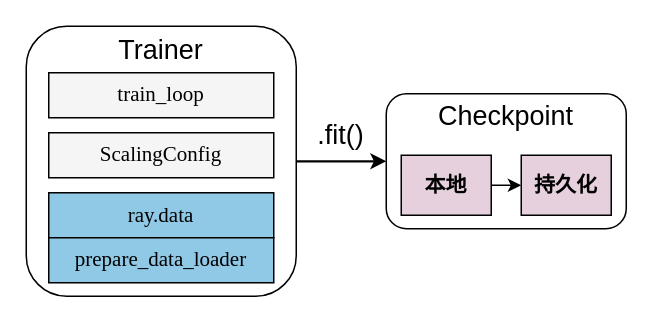
The draw.io diagram drawio/ch-ray-train-tune/ray-train-key-parts.drawio in godaai/scale-py-zh, before the edit. Source tidied: cells renumbered, new cells numbered last; positions are measured from the earlier drawing's top-left corner, leaving out a move shared by most shapes. Both pictures are drawn from the tidied source at 150%, with x=0, y=0 at pixel (26, 26).
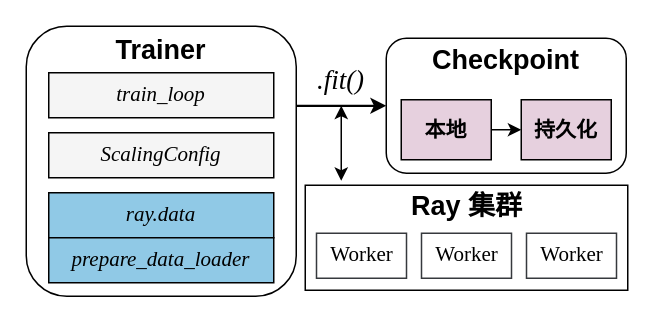
Above is the later version.

Commit message (it also covers changes not shown here):
ray train tune

The change refers to these unchanged cells:
```xml
<mxCell id="2" style="rounded=1;whiteSpace=wrap;html=1;fillColor=none;" parent="1" vertex="1">
  <mxGeometry width="180" height="180" as="geometry" />
</mxCell>
```

What changed in the source:
```diff
@@
-    <mxCell id="3" value="&lt;font style=&quot;font-size: 18px;&quot;&gt;Trainer&lt;/font&gt;" style="text;html=1;strokeColor=none;fillColor=none;align=center;verticalAlign=middle;whiteSpace=wrap;rounded=0;" parent="1" vertex="1">
+    <mxCell id="3" value="&lt;font style=&quot;font-size: 18px;&quot;&gt;&lt;b&gt;Trainer&lt;/b&gt;&lt;/font&gt;" style="text;html=1;strokeColor=none;fillColor=none;align=center;verticalAlign=middle;whiteSpace=wrap;rounded=0;" parent="1" vertex="1">
       <mxGeometry x="60" y="1" width="60" height="30" as="geometry" />
     </mxCell>
-    <mxCell id="4" value="&lt;font style=&quot;font-size: 14px;&quot; face=&quot;Garamond&quot;&gt;train_loop&lt;/font&gt;" style="rounded=0;whiteSpace=wrap;html=1;fillColor=#F5F5F5;" parent="1" vertex="1">
+    <mxCell id="4" value="&lt;font style=&quot;font-size: 14px;&quot;&gt;train_loop&lt;/font&gt;" style="rounded=0;whiteSpace=wrap;html=1;fillColor=#F5F5F5;fontFamily=Garamond;fontStyle=2;" parent="1" vertex="1">
       <mxGeometry x="15" y="31" width="150" height="30" as="geometry" />
     </mxCell>
-    <mxCell id="5" value="&lt;font face=&quot;Garamond&quot; style=&quot;font-size: 14px;&quot;&gt;ScalingConfig&lt;/font&gt;" style="rounded=0;whiteSpace=wrap;html=1;fillColor=#F5F5F5;" parent="1" vertex="1">
+    <mxCell id="5" value="&lt;font style=&quot;font-size: 14px;&quot;&gt;ScalingConfig&lt;/font&gt;" style="rounded=0;whiteSpace=wrap;html=1;fillColor=#F5F5F5;fontFamily=Garamond;fontStyle=2;" parent="1" vertex="1">
       <mxGeometry x="15" y="71" width="150" height="30" as="geometry" />
     </mxCell>
-    <mxCell id="6" value="&lt;span style=&quot;font-size: 14px;&quot;&gt;&lt;font face=&quot;Garamond&quot;&gt;ray.data&lt;/font&gt;&lt;/span&gt;" style="rounded=0;whiteSpace=wrap;html=1;fillColor=#90C9E6;" parent="1" vertex="1">
+    <mxCell id="6" value="&lt;span style=&quot;font-size: 14px;&quot;&gt;&lt;font&gt;ray.data&lt;/font&gt;&lt;/span&gt;" style="rounded=0;whiteSpace=wrap;html=1;fillColor=#90C9E6;fontFamily=Garamond;fontStyle=2;" parent="1" vertex="1">
       <mxGeometry x="15" y="111" width="150" height="30" as="geometry" />
     </mxCell>
-    <mxCell id="7" value="&lt;font style=&quot;font-size: 14px;&quot; face=&quot;Garamond&quot;&gt;prepare_data_loader&lt;/font&gt;" style="rounded=0;whiteSpace=wrap;html=1;fillColor=#90C9E6;" parent="1" vertex="1">
+    <mxCell id="7" value="&lt;font style=&quot;font-size: 14px;&quot;&gt;prepare_data_loader&lt;/font&gt;" style="rounded=0;whiteSpace=wrap;html=1;fillColor=#90C9E6;fontFamily=Garamond;fontStyle=2;" parent="1" vertex="1">
       <mxGeometry x="15" y="141" width="150" height="30" as="geometry" />
     </mxCell>
     <mxCell id="8" style="rounded=1;whiteSpace=wrap;html=1;fillColor=none;" parent="1" vertex="1">
-      <mxGeometry x="240" y="45" width="160" height="90" as="geometry" />
+      <mxGeometry x="240" y="8" width="160" height="90" as="geometry" />
     </mxCell>
-    <mxCell id="9" style="endArrow=classic;html=1;rounded=0;exitX=1;exitY=0.5;exitDx=0;exitDy=0;entryX=0;entryY=0.5;entryDx=0;entryDy=0;entryPerimeter=0;strokeWidth=1.5;" parent="1" edge="1" source="2" target="8">
-      <mxGeometry relative="1" as="geometry" />
+    <mxCell id="9" style="endArrow=classic;html=1;rounded=0;exitX=1;exitY=0.5;exitDx=0;exitDy=0;entryX=0;entryY=0.5;entryDx=0;entryDy=0;entryPerimeter=0;strokeWidth=1.5;" parent="1" edge="1" target="8">
+      <mxGeometry relative="1" as="geometry">
+        <mxPoint x="180" y="53" as="sourcePoint" />
+      </mxGeometry>
     </mxCell>
-    <mxCell id="10" value="&lt;font style=&quot;font-size: 18px;&quot;&gt;.fit()&lt;/font&gt;" style="text;html=1;strokeColor=none;fillColor=none;align=center;verticalAlign=middle;whiteSpace=wrap;rounded=0;strokeWidth=1.5;" parent="1" vertex="1">
-      <mxGeometry x="180" y="58" width="60" height="30" as="geometry" />
+    <mxCell id="10" value="&lt;font face=&quot;Garamond&quot; style=&quot;font-size: 18px;&quot;&gt;&lt;i&gt;.fit()&lt;/i&gt;&lt;/font&gt;" style="text;html=1;strokeColor=none;fillColor=none;align=center;verticalAlign=middle;whiteSpace=wrap;rounded=0;strokeWidth=1.5;" parent="1" vertex="1">
+      <mxGeometry x="180" y="21" width="60" height="30" as="geometry" />
     </mxCell>
-    <mxCell id="11" value="Checkpoint" style="text;html=1;strokeColor=none;fillColor=none;align=center;verticalAlign=middle;whiteSpace=wrap;rounded=0;fontSize=18;" parent="1" vertex="1">
-      <mxGeometry x="290" y="45" width="60" height="30" as="geometry" />
+    <mxCell id="11" value="&lt;b&gt;Checkpoint&lt;/b&gt;" style="text;html=1;strokeColor=none;fillColor=none;align=center;verticalAlign=middle;whiteSpace=wrap;rounded=0;fontSize=18;" parent="1" vertex="1">
+      <mxGeometry x="290" y="8" width="60" height="30" as="geometry" />
     </mxCell>
     <mxCell id="12" value="&lt;b&gt;&lt;font style=&quot;font-size: 14px;&quot;&gt;本地&lt;/font&gt;&lt;/b&gt;" style="rounded=0;whiteSpace=wrap;html=1;fillColor=#E6D0DE;" parent="1" vertex="1">
-      <mxGeometry x="250" y="86" width="60" height="40" as="geometry" />
+      <mxGeometry x="250" y="49" width="60" height="40" as="geometry" />
     </mxCell>
     <mxCell id="13" value="&lt;span style=&quot;font-size: 14px;&quot;&gt;&lt;b&gt;持久化&lt;/b&gt;&lt;/span&gt;" style="rounded=0;whiteSpace=wrap;html=1;fillColor=#E6D0DE;" parent="1" vertex="1">
-      <mxGeometry x="330" y="86" width="60" height="40" as="geometry" />
+      <mxGeometry x="330" y="49" width="60" height="40" as="geometry" />
     </mxCell>
@@
+    <mxCell id="15" style="rounded=0;whiteSpace=wrap;html=1;fillColor=none;" parent="1" vertex="1">
+      <mxGeometry x="186" y="106" width="215" height="70" as="geometry" />
+    </mxCell>
+    <mxCell id="16" value="&lt;span style=&quot;font-size: 18px;&quot;&gt;&lt;b&gt;Ray 集群&lt;/b&gt;&lt;/span&gt;" style="text;html=1;strokeColor=none;fillColor=none;align=center;verticalAlign=middle;whiteSpace=wrap;rounded=0;" parent="1" vertex="1">
+      <mxGeometry x="253.5" y="105" width="80" height="30" as="geometry" />
+    </mxCell>
+    <mxCell id="17" value="Worker" style="rounded=0;whiteSpace=wrap;html=1;fontSize=14;fillColor=none;strokeColor=#36393d;fontFamily=Times New Roman;" parent="1" vertex="1">
+      <mxGeometry x="193.5" y="138" width="60" height="30" as="geometry" />
+    </mxCell>
+    <mxCell id="18" value="Worker" style="rounded=0;whiteSpace=wrap;html=1;fontSize=14;fillColor=none;strokeColor=#36393d;fontFamily=Times New Roman;" parent="1" vertex="1">
+      <mxGeometry x="263.5" y="138" width="60" height="30" as="geometry" />
+    </mxCell>
+    <mxCell id="19" value="Worker" style="rounded=0;whiteSpace=wrap;html=1;fontSize=14;fillColor=none;strokeColor=#36393d;fontFamily=Times New Roman;" parent="1" vertex="1">
+      <mxGeometry x="333.5" y="138" width="60" height="30" as="geometry" />
+    </mxCell>
+    <mxCell id="20" style="endArrow=classic;startArrow=classic;html=1;rounded=0;" parent="1" edge="1">
+      <mxGeometry relative="1" as="geometry">
+        <mxPoint x="210" y="103" as="sourcePoint" />
+        <mxPoint x="210" y="53" as="targetPoint" />
+      </mxGeometry>
+    </mxCell>
```
